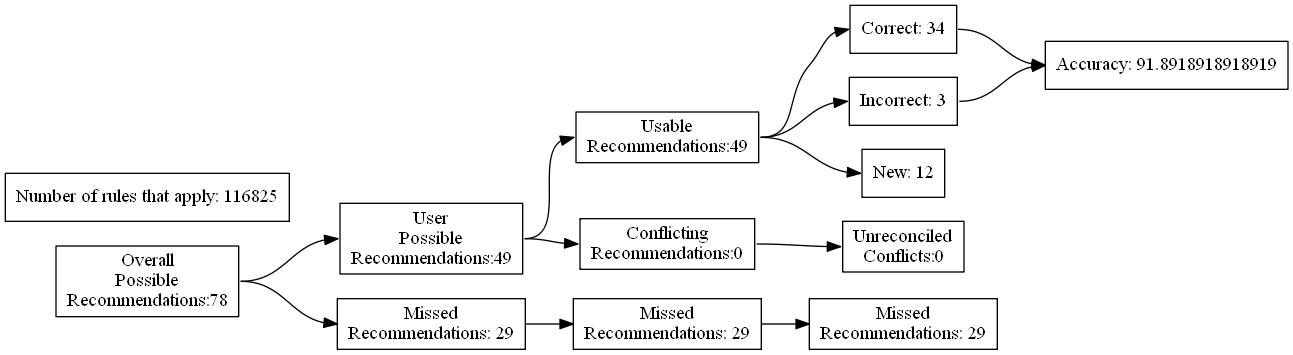
Before: test_renders/45.gv.png, a diagram exported from Graphviz (ZaxR/ibd_diet_analysis). Its source is kept beside it as test_renders/45.gv. The source it was exported from:
```dot
digraph {
	graph [rankdir=LR]
	node [pos=r shape=box]
	edge [headport=w tailport=e]
		A [label="Overall
Possible
Recommendations:78"]
		B [label="User
Possible
Recommendations:49"]
		C [label="Missed
Recommendations: 29"]
		D [label="Usable
Recommendations:49"]
		E [label="Conflicting
Recommendations:0"]
		J [label="Missed
Recommendations: 29"]
		M [label="Unreconciled
Conflicts:0"]
		F [label="Correct: 34"]
		G [label="Incorrect: 3"]
		H [label="New: 12"]
		K [label="Missed
Recommendations: 29"]
		I [label="Accuracy: 91.8918918918919"]
		l [label="Number of rules that apply: 116825"]
			A -> B
			A -> C
			B -> D
			B -> E
			D -> F
			D -> G
			D -> H
			F -> I
			G -> I
			C -> J
			J -> K
			E -> M
}
```
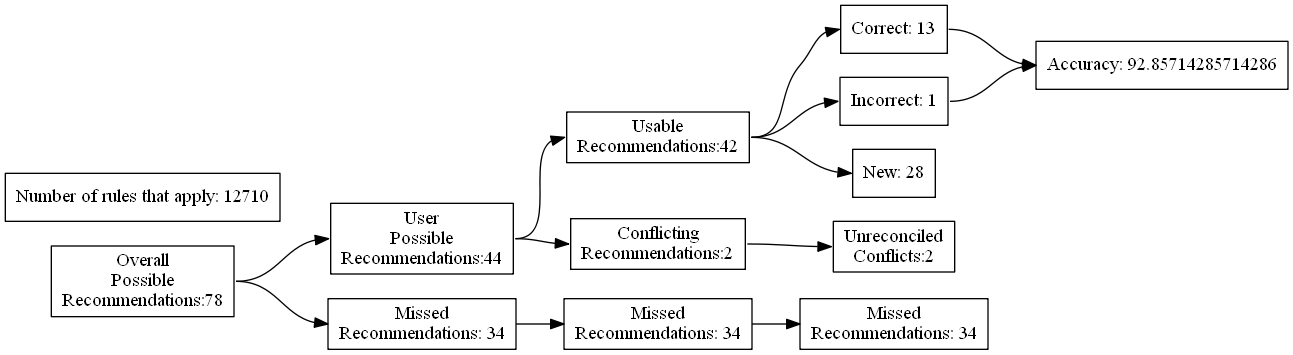
The same file after the commit.

Diff of the diagram source:
```diff
@@ -7,24 +7,24 @@
 Recommendations:78"]
 		B [label="User
 Possible
-Recommendations:49"]
+Recommendations:44"]
 		C [label="Missed
-Recommendations: 29"]
+Recommendations: 34"]
 		D [label="Usable
-Recommendations:49"]
+Recommendations:42"]
 		E [label="Conflicting
-Recommendations:0"]
+Recommendations:2"]
 		J [label="Missed
-Recommendations: 29"]
+Recommendations: 34"]
 		M [label="Unreconciled
-Conflicts:0"]
-		F [label="Correct: 34"]
-		G [label="Incorrect: 3"]
-		H [label="New: 12"]
+Conflicts:2"]
+		F [label="Correct: 13"]
+		G [label="Incorrect: 1"]
+		H [label="New: 28"]
 		K [label="Missed
-Recommendations: 29"]
-		I [label="Accuracy: 91.8918918918919"]
-		l [label="Number of rules that apply: 116825"]
+Recommendations: 34"]
+		I [label="Accuracy: 92.85714285714286"]
+		l [label="Number of rules that apply: 12710"]
 			A -> B
 			A -> C
 			B -> D
```
